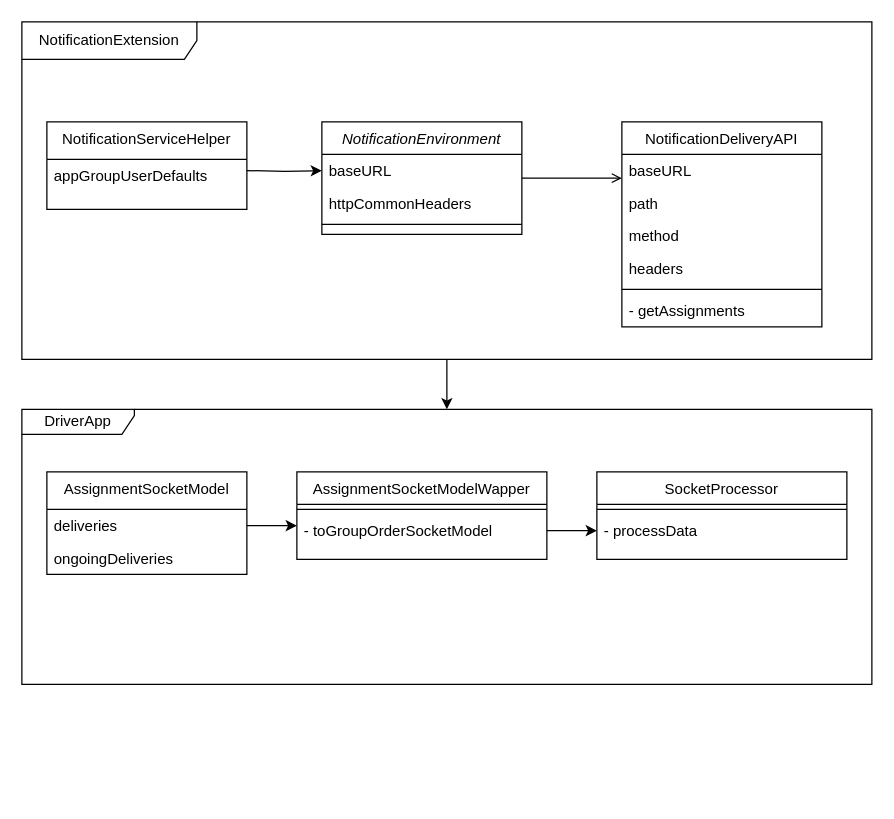
Earlier version of the draw.io diagram Untitled Diagram.drawio (KyriosArk/KYHooker). Source tidied: cells renumbered, new cells numbered last; positions are measured from the earlier drawing's top-left corner, leaving out a move shared by most shapes. Both pictures are drawn from the tidied source at 125%, with x=0, y=0 at pixel (21, 21).
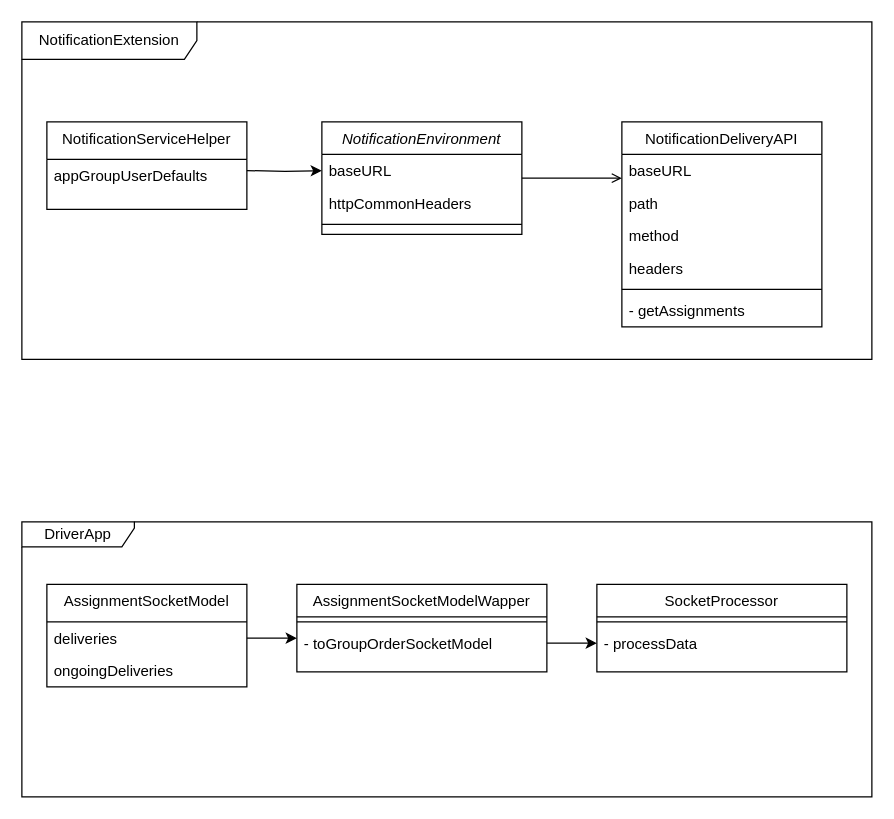
The same diagram, later.

The change refers to these unchanged cells:
```xml
<mxCell id="7" value="deliveries" style="text;align=left;verticalAlign=top;spacingLeft=4;spacingRight=4;overflow=hidden;points=[[0,0.5],[1,0.5]];portConstraint=eastwest;rounded=0;shadow=0;html=0;" parent="6" vertex="1">
  <mxGeometry y="30" width="160" height="26" as="geometry" />
</mxCell>
```

What changed in the source:
```diff
@@
+    <mxCell id="30" value="DriverApp" style="shape=umlFrame;whiteSpace=wrap;html=1;width=90;height=20;" parent="1" vertex="1">
+      <mxGeometry y="400" width="680" height="220" as="geometry" />
+    </mxCell>
+    <mxCell id="24" value="NotificationExtension" style="shape=umlFrame;whiteSpace=wrap;html=1;width=140;height=30;" parent="1" vertex="1">
+      <mxGeometry width="680" height="270" as="geometry" />
+    </mxCell>
@@
     <mxCell id="6" value="AssignmentSocketModel" style="swimlane;fontStyle=0;align=center;verticalAlign=top;horizontal=1;startSize=30;rounded=0;shadow=0;strokeWidth=1;" parent="1" vertex="1">
-      <mxGeometry x="20" y="360" width="160" height="82" as="geometry" />
+      <mxGeometry x="20" y="450" width="160" height="82" as="geometry" />
     </mxCell>
@@
     <mxCell id="9" value="AssignmentSocketModelWapper" style="swimlane;fontStyle=0;align=center;verticalAlign=top;horizontal=1;startSize=26;rounded=0;shadow=0;strokeWidth=1;" parent="1" vertex="1">
-      <mxGeometry x="220" y="360" width="200" height="70" as="geometry" />
+      <mxGeometry x="220" y="450" width="200" height="70" as="geometry" />
     </mxCell>
@@
-    <mxCell id="23" style="edgeStyle=orthogonalEdgeStyle;rounded=0;jettySize=auto;html=1;" parent="1" edge="1" source="24" target="30">
-      <mxGeometry relative="1" as="geometry" />
-    </mxCell>
-    <mxCell id="24" value="NotificationExtension" style="shape=umlFrame;whiteSpace=wrap;html=1;width=140;height=30;" parent="1" vertex="1">
-      <mxGeometry width="680" height="270" as="geometry" />
-    </mxCell>
     <mxCell id="25" value="SocketProcessor" style="swimlane;fontStyle=0;align=center;verticalAlign=top;horizontal=1;startSize=26;rounded=0;shadow=0;strokeWidth=1;" parent="1" vertex="1">
-      <mxGeometry x="460" y="360" width="200" height="70" as="geometry" />
+      <mxGeometry x="460" y="450" width="200" height="70" as="geometry" />
     </mxCell>
@@
     <mxCell id="28" style="edgeStyle=orthogonalEdgeStyle;rounded=0;jettySize=auto;html=1;exitX=1;exitY=0.5;exitDx=0;exitDy=0;" parent="1" edge="1" source="7">
       <mxGeometry relative="1" as="geometry">
-        <mxPoint x="220" y="403" as="targetPoint" />
+        <mxPoint x="220" y="493" as="targetPoint" />
       </mxGeometry>
     </mxCell>
@@
-    <mxCell id="30" value="DriverApp" style="shape=umlFrame;whiteSpace=wrap;html=1;width=90;height=20;" parent="1" vertex="1">
-      <mxGeometry y="310" width="680" height="220" as="geometry" />
-    </mxCell>
```
